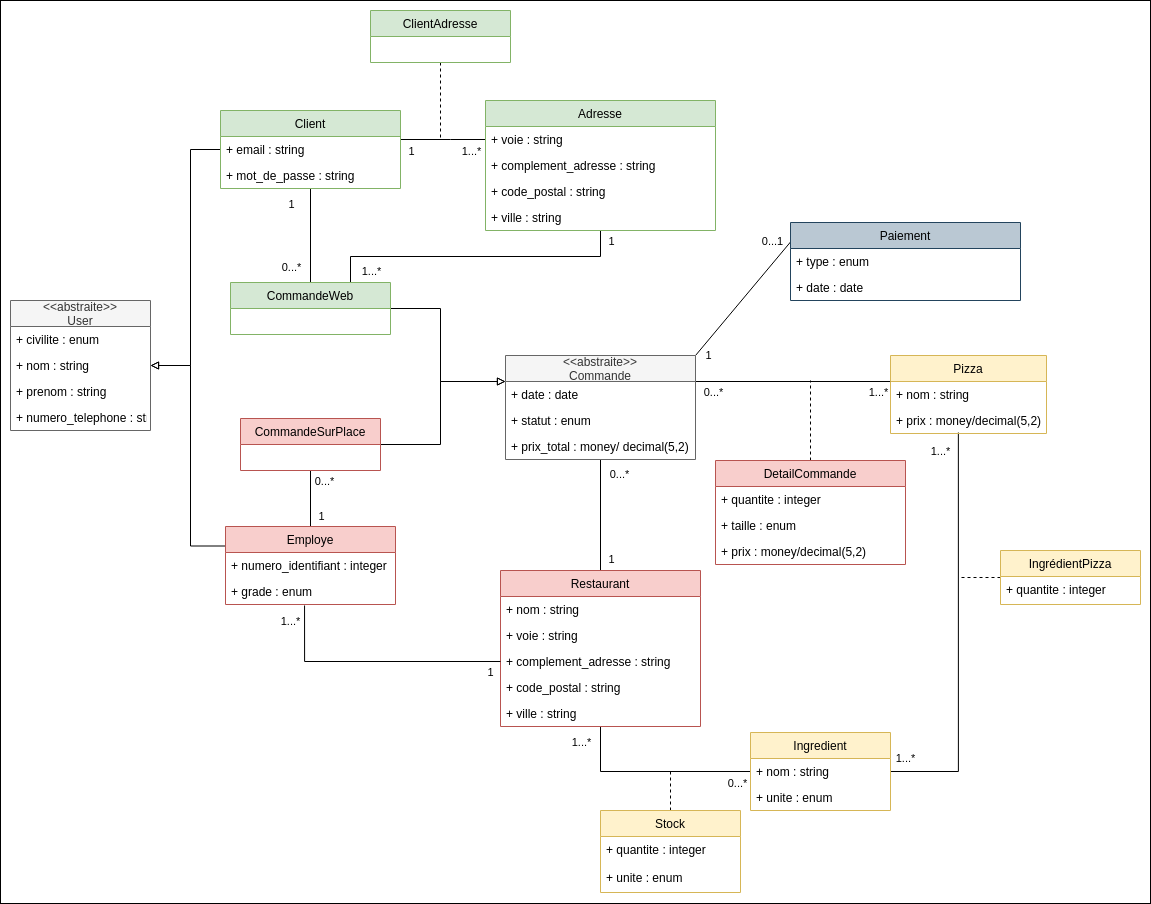
Before: P6_classe.png, a diagram exported from draw.io (micktymoon/P6_pelletier_c-line). Source tidied: cells renumbered, new cells last; positions are measured from the earlier drawing's top-left corner, leaving out a move shared by most shapes.
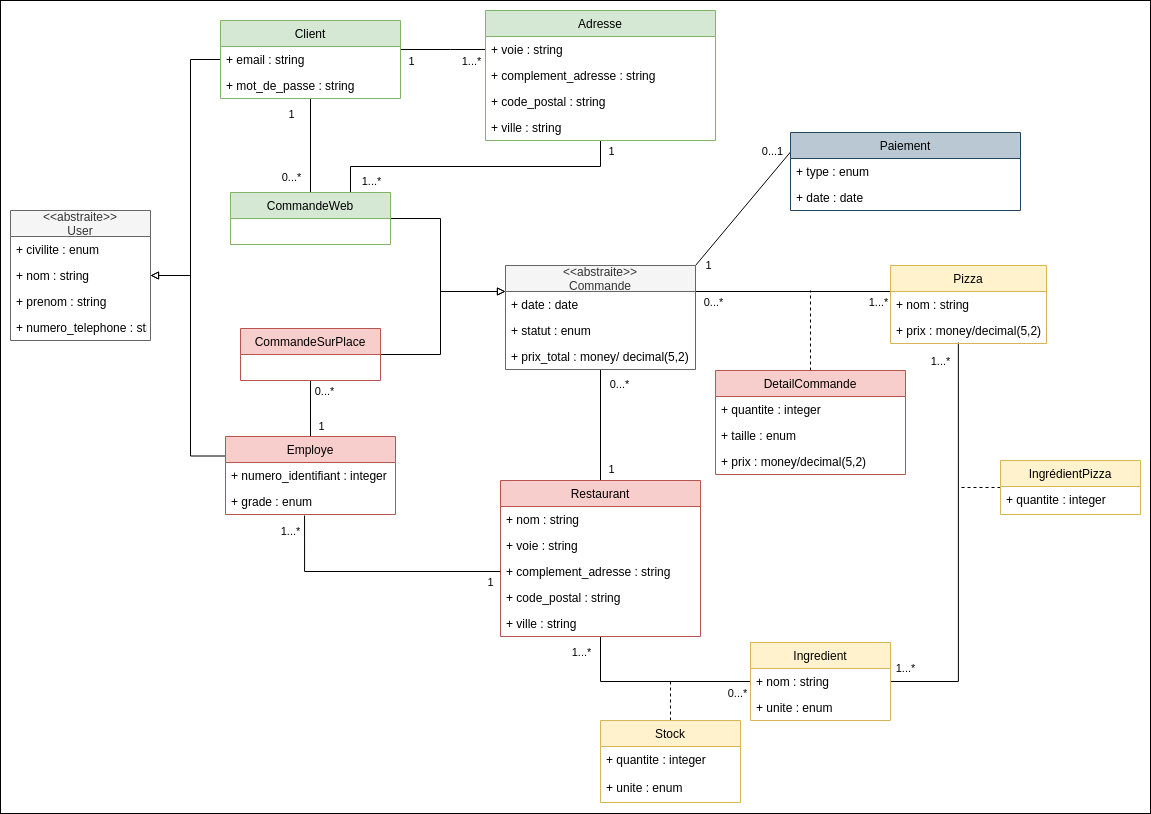
The same file after the commit.

Commit message:
modif diag classes

Diff of the diagram source:
```diff
@@ -3,7 +3,7 @@
     <mxCell id="0" />
     <mxCell id="1" parent="0" />
     <mxCell id="2" style="rounded=0;whiteSpace=wrap;html=1;" parent="1" vertex="1">
-      <mxGeometry width="1150" height="903" as="geometry" />
+      <mxGeometry y="90" width="1150" height="813" as="geometry" />
     </mxCell>
     <mxCell id="3" style="rounded=0;jettySize=auto;html=1;endArrow=none;endFill=0;" parent="1" edge="1" source="77" target="75">
       <mxGeometry relative="1" as="geometry" />
@@ -324,13 +324,5 @@
     <mxCell id="85" value="+ grade : enum" style="text;strokeColor=none;fillColor=none;align=left;verticalAlign=top;spacingLeft=4;spacingRight=4;overflow=hidden;points=[[0,0.5],[1,0.5]];portConstraint=eastwest;" parent="83" vertex="1">
       <mxGeometry y="52" width="170" height="26" as="geometry" />
     </mxCell>
-    <mxCell id="86" style="edgeStyle=orthogonalEdgeStyle;rounded=0;jettySize=auto;html=1;exitX=0.5;exitY=1;exitDx=0;exitDy=0;dashed=1;endArrow=none;endFill=0;" parent="1" edge="1" source="87">
-      <mxGeometry relative="1" as="geometry">
-        <mxPoint x="440" y="140" as="targetPoint" />
-      </mxGeometry>
-    </mxCell>
-    <mxCell id="87" value="ClientAdresse" style="swimlane;fontStyle=0;horizontal=1;startSize=26;fillColor=#d5e8d4;strokeColor=#82b366;" parent="1" vertex="1">
-      <mxGeometry x="370" y="10" width="140" height="52" as="geometry" />
-    </mxCell>
   </root>
 </mxGraphModel>
```
